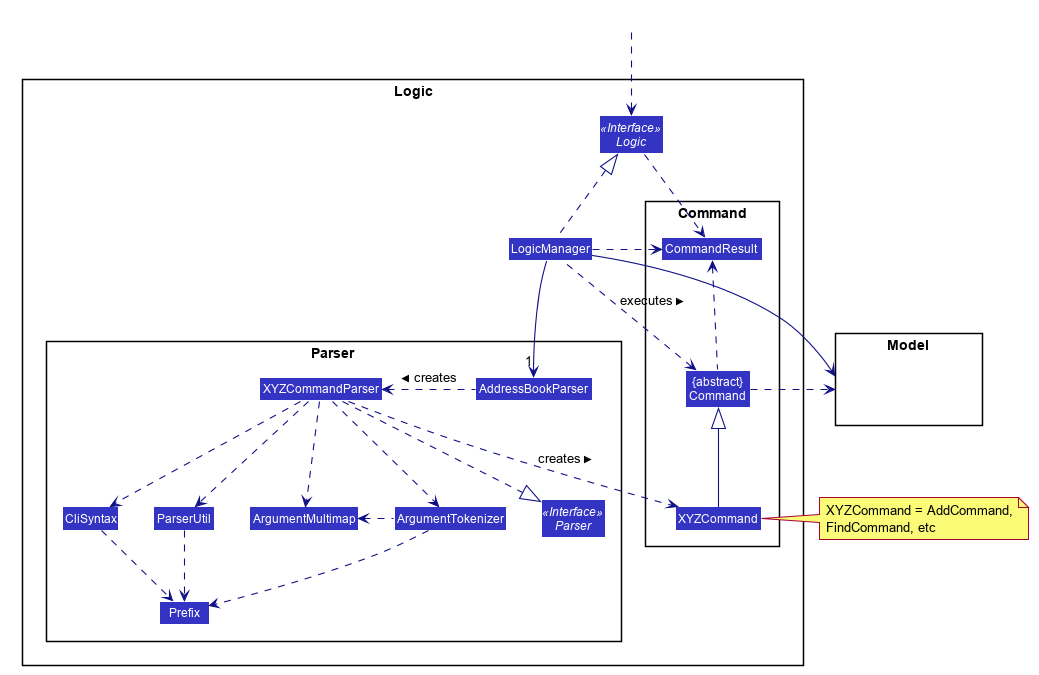
This is docs/images/LogicClassDiagram.png from nus-cs2103-AY2021S2/tp, a PlantUML export, as it was before one commit. Source of this version:
```plantuml
@startuml








skinparam BackgroundColor #FFFFFFF

skinparam Shadowing false

skinparam Class {
    FontColor #FFFFFF
    BorderThickness 1
    BorderColor #FFFFFF
    StereotypeFontColor #FFFFFF
    FontName Arial
}

skinparam Actor {
    BorderColor #000000
    Color #000000
    FontName Arial
}

skinparam Sequence {
    MessageAlign center
    BoxFontSize 15
    BoxPadding 0
    BoxFontColor #FFFFFF
    FontName Arial
}

skinparam Participant {
    FontColor #FFFFFFF
    Padding 20
}

skinparam MinClassWidth 50
skinparam ParticipantPadding 10
skinparam Shadowing false
skinparam DefaultTextAlignment center
skinparam packageStyle Rectangle

hide footbox
hide members
hide circle
skinparam arrowThickness 1.1
skinparam arrowColor #101086
skinparam classBackgroundColor #3333C4

package Logic {

package Parser {
Interface Parser <<Interface>>
Class AddressBookParser
Class XYZCommandParser
Class CliSyntax
Class ParserUtil
Class ArgumentMultimap
Class ArgumentTokenizer
Class Prefix
}

package Command {
Class XYZCommand
Class CommandResult
Class "{abstract}\nCommand" as Command
}

Interface Logic <<Interface>>
Class LogicManager
}

package Model{
Class HiddenModel #FFFFFF
}

Class HiddenOutside #FFFFFF
HiddenOutside ..> Logic

LogicManager .up.|> Logic
LogicManager -->"1" AddressBookParser
AddressBookParser .left.> XYZCommandParser: creates >

XYZCommandParser ..> XYZCommand : creates >
XYZCommandParser ..|> Parser
XYZCommandParser ..> ArgumentMultimap
XYZCommandParser ..> ArgumentTokenizer
ArgumentTokenizer .left.> ArgumentMultimap
XYZCommandParser ..> CliSyntax
CliSyntax ..> Prefix
XYZCommandParser ..> ParserUtil
ParserUtil .down.> Prefix
ArgumentTokenizer .down.> Prefix
XYZCommand -up-|> Command
LogicManager .left.> Command : executes >

LogicManager --> Model
Command .right.> Model
note right of XYZCommand: XYZCommand = AddCommand, \nFindCommand, etc

Logic ..> CommandResult
LogicManager .down.> CommandResult
Command .up.> CommandResult
CommandResult -[hidden]-> Parser
@enduml
```
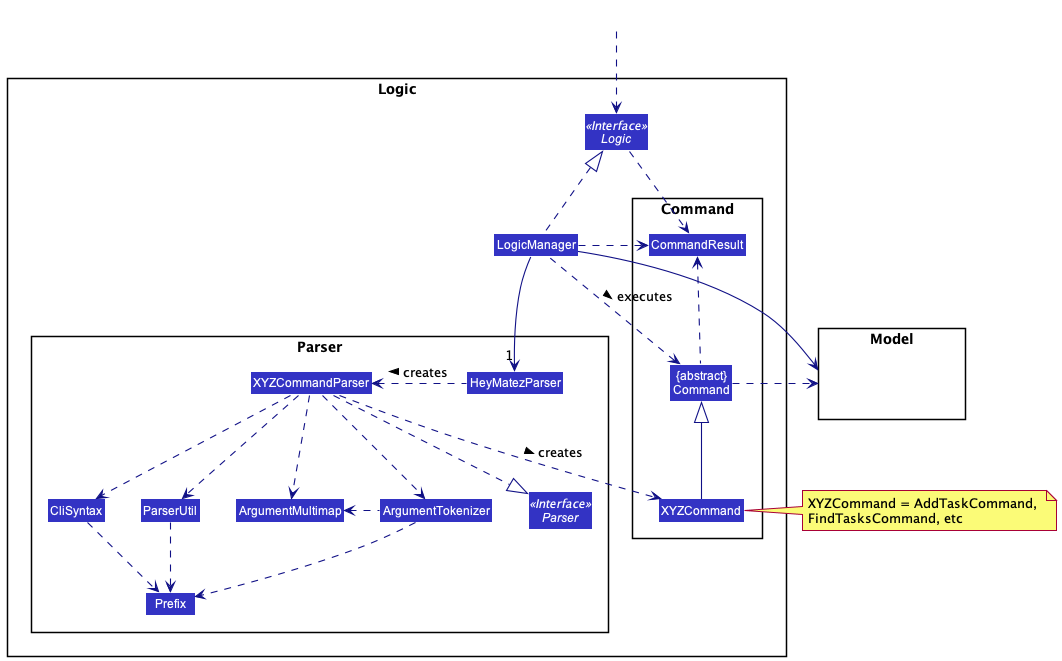
Later version of the same file.

Commit message:
Edit developer guide

Change to the diagram source:
```diff
@@ -1,61 +1,14 @@
 @startuml
-
-
-
-
-
-
-
-
-skinparam BackgroundColor #FFFFFFF
-
-skinparam Shadowing false
-
-skinparam Class {
-    FontColor #FFFFFF
-    BorderThickness 1
-    BorderColor #FFFFFF
-    StereotypeFontColor #FFFFFF
-    FontName Arial
-}
-
-skinparam Actor {
-    BorderColor #000000
-    Color #000000
-    FontName Arial
-}
-
-skinparam Sequence {
-    MessageAlign center
-    BoxFontSize 15
-    BoxPadding 0
-    BoxFontColor #FFFFFF
-    FontName Arial
-}
-
-skinparam Participant {
-    FontColor #FFFFFFF
-    Padding 20
-}
-
-skinparam MinClassWidth 50
-skinparam ParticipantPadding 10
-skinparam Shadowing false
-skinparam DefaultTextAlignment center
-skinparam packageStyle Rectangle
-
-hide footbox
-hide members
-hide circle
+!include style.puml
 skinparam arrowThickness 1.1
-skinparam arrowColor #101086
-skinparam classBackgroundColor #3333C4
+skinparam arrowColor LOGIC_COLOR_T4
+skinparam classBackgroundColor LOGIC_COLOR
 
 package Logic {
 
 package Parser {
 Interface Parser <<Interface>>
-Class AddressBookParser
+Class HeyMatezParser
 Class XYZCommandParser
 Class CliSyntax
 Class ParserUtil
@@ -82,8 +35,8 @@
 HiddenOutside ..> Logic
 
 LogicManager .up.|> Logic
-LogicManager -->"1" AddressBookParser
-AddressBookParser .left.> XYZCommandParser: creates >
+LogicManager -->"1" HeyMatezParser
+HeyMatezParser .left.> XYZCommandParser: creates >
 
 XYZCommandParser ..> XYZCommand : creates >
 XYZCommandParser ..|> Parser
@@ -100,7 +53,7 @@
 
 LogicManager --> Model
 Command .right.> Model
-note right of XYZCommand: XYZCommand = AddCommand, \nFindCommand, etc
+note right of XYZCommand: XYZCommand = AddTaskCommand, \nFindTasksCommand, etc
 
 Logic ..> CommandResult
 LogicManager .down.> CommandResult
```
